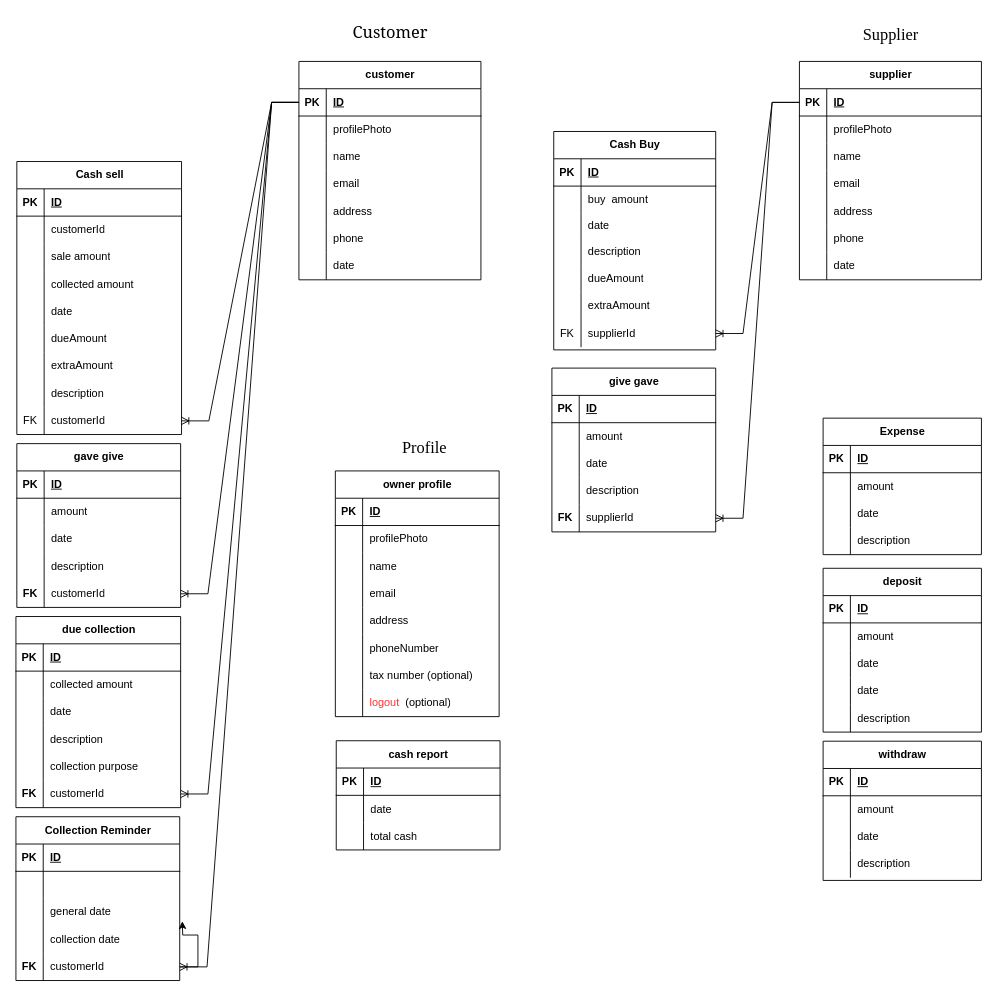
Above: databases/diagram.drawio in devsrakib/esBook (draw.io), before the change. Source tidied: cells renumbered, new cells numbered last; positions are measured from the earlier drawing's top-left corner, leaving out a move shared by most shapes. Both pictures are drawn from the tidied source at 91%, with x=0, y=0 at pixel (15, 15).
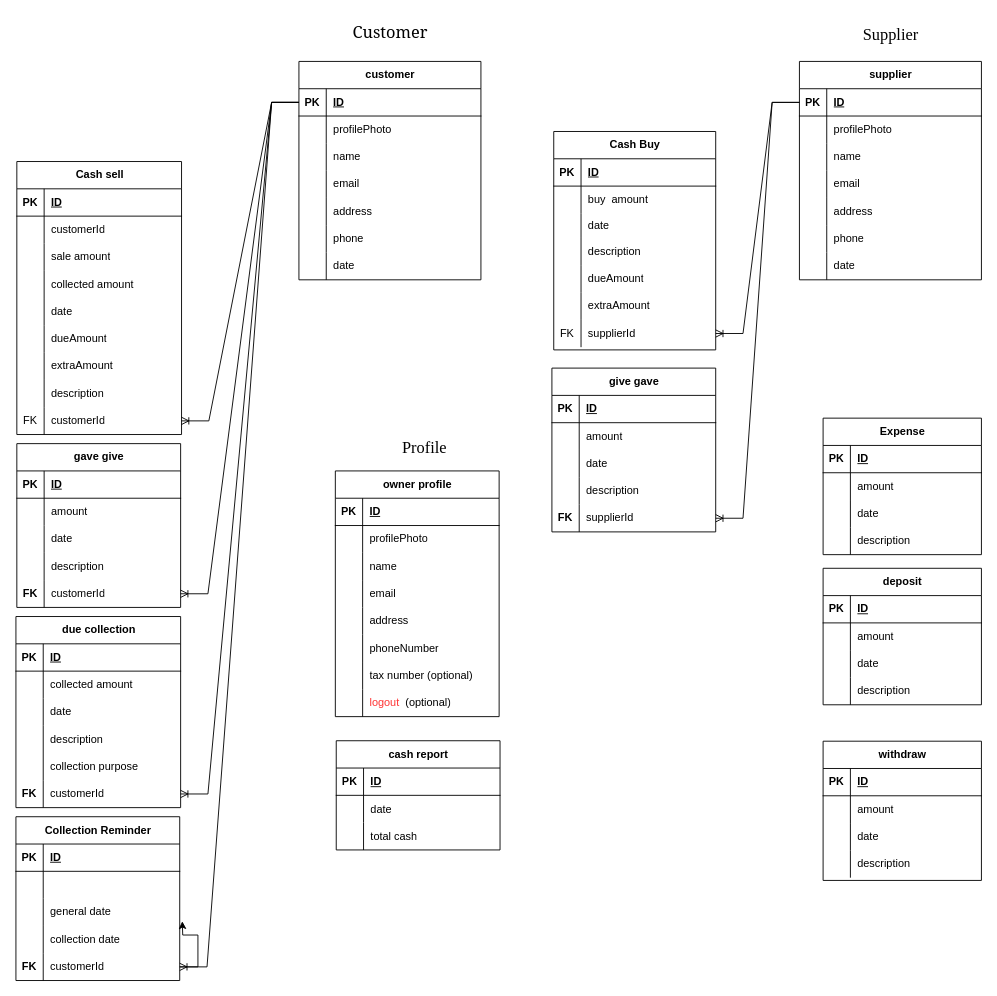
Above is the later version.

The edit, as a diff of the source:
```diff
@@
     <mxCell id="101" value="deposit" style="shape=table;startSize=30;childLayout=tableLayout;rowLines=0;fontStyle=1;align=center;html=1;" parent="1" vertex="1">
-      <mxGeometry x="887" y="607" width="174" height="180" as="geometry" />
+      <mxGeometry x="887" y="607" width="174" height="150" as="geometry" />
     </mxCell>
@@
-    <mxCell id="111" style="shape=tableRow;horizontal=0;startSize=0;swimlaneHead=0;swimlaneBody=0;fillColor=none;top=0;left=0;right=0;bottom=0;" parent="101" vertex="1">
-      <mxGeometry y="120" width="174" height="30" as="geometry" />
-    </mxCell>
-    <mxCell id="112" style="shape=partialRectangle;fillColor=none;top=0;left=0;bottom=0;right=0;overflow=hidden;whiteSpace=wrap;html=1;" parent="111" vertex="1">
-      <mxGeometry width="30" height="30" as="geometry" />
-    </mxCell>
-    <mxCell id="113" value="date" style="shape=partialRectangle;fillColor=none;top=0;left=0;bottom=0;right=0;align=left;spacingLeft=6;overflow=hidden;whiteSpace=wrap;html=1;" parent="111" vertex="1">
-      <mxGeometry x="30" width="144" height="30" as="geometry" />
-    </mxCell>
     <mxCell id="114" style="shape=tableRow;horizontal=0;startSize=0;swimlaneHead=0;swimlaneBody=0;fillColor=none;top=0;left=0;right=0;bottom=0;" parent="101" vertex="1">
-      <mxGeometry y="150" width="174" height="30" as="geometry" />
+      <mxGeometry y="120" width="174" height="30" as="geometry" />
     </mxCell>
```
